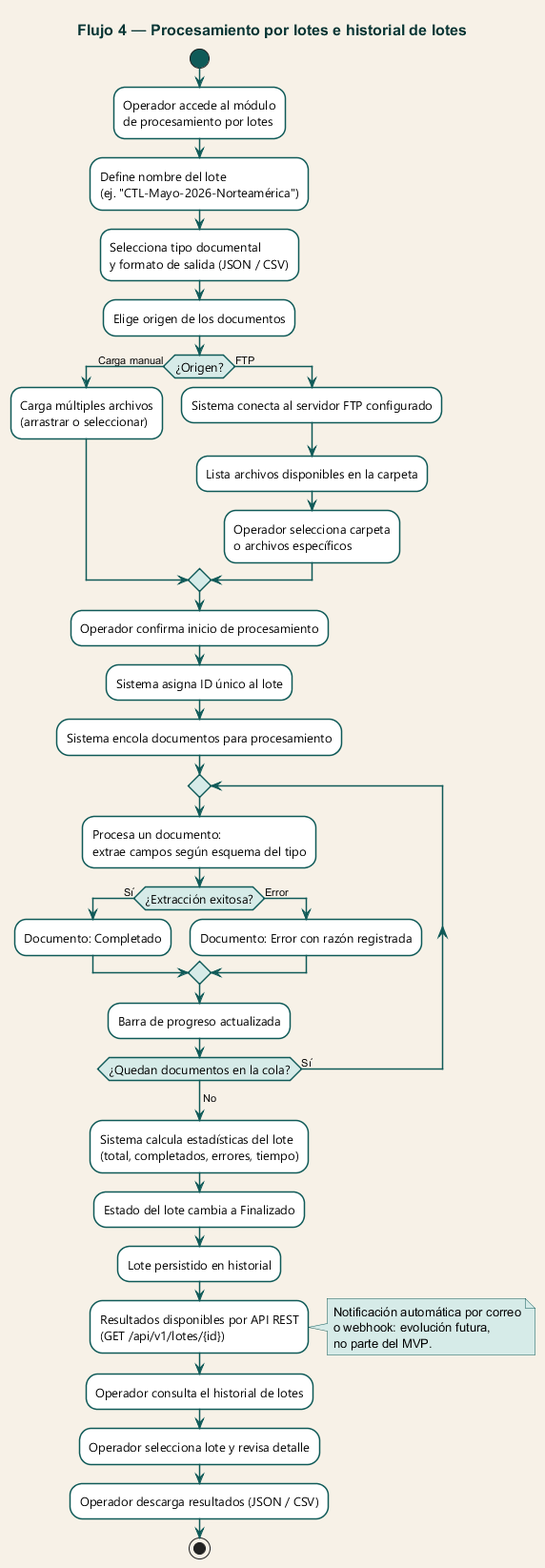
This is RAG/assets/img/diagramas/tobefuncional/flujo-lotes.png from sedibuc/documentacion_cintel, a PlantUML export, as it was before one commit.
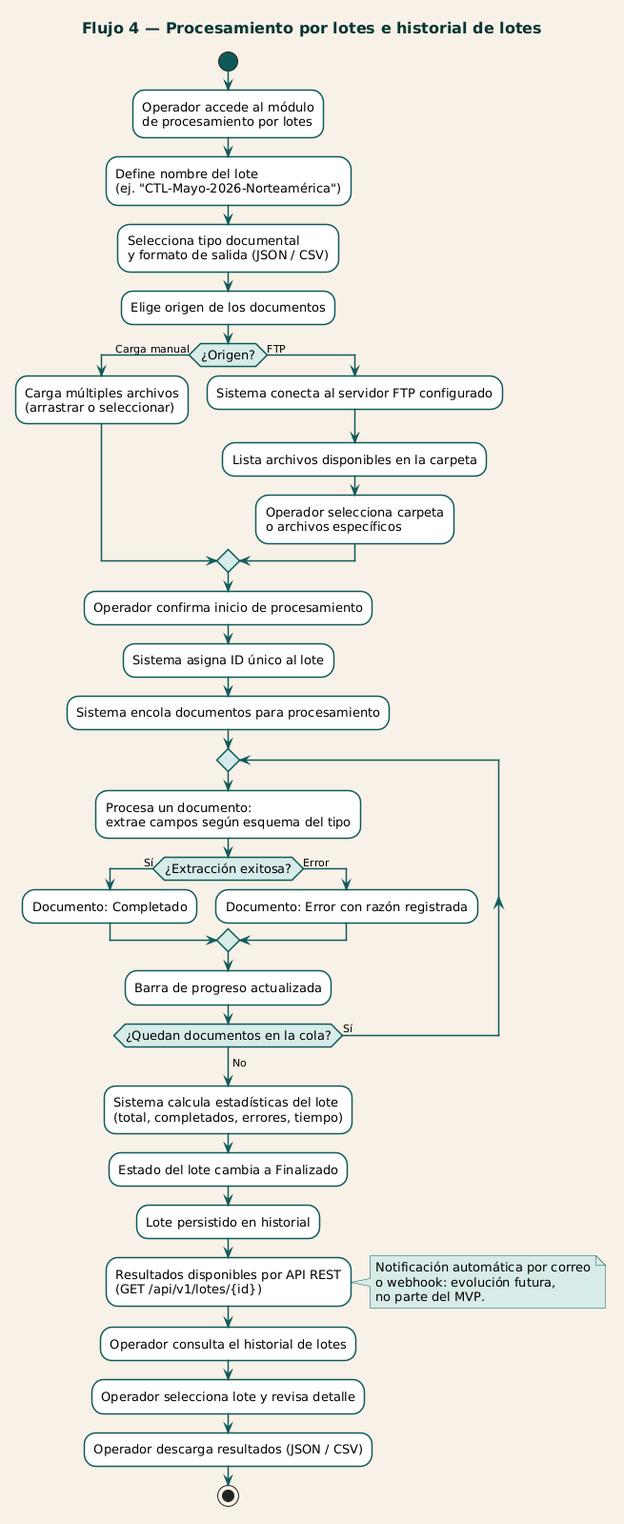
Above is the later version.

The edit, as a diff of the source:
```diff
@@ -1,4 +1,4 @@
-@startuml flujo-lotes
+@startuml
 skinparam backgroundColor #f7f1e7
 skinparam activity {
   BackgroundColor #ffffff
@@ -69,5 +69,4 @@
 :Operador selecciona lote y revisa detalle;
 :Operador descarga resultados (JSON / CSV);
 stop
-
 @enduml
```
